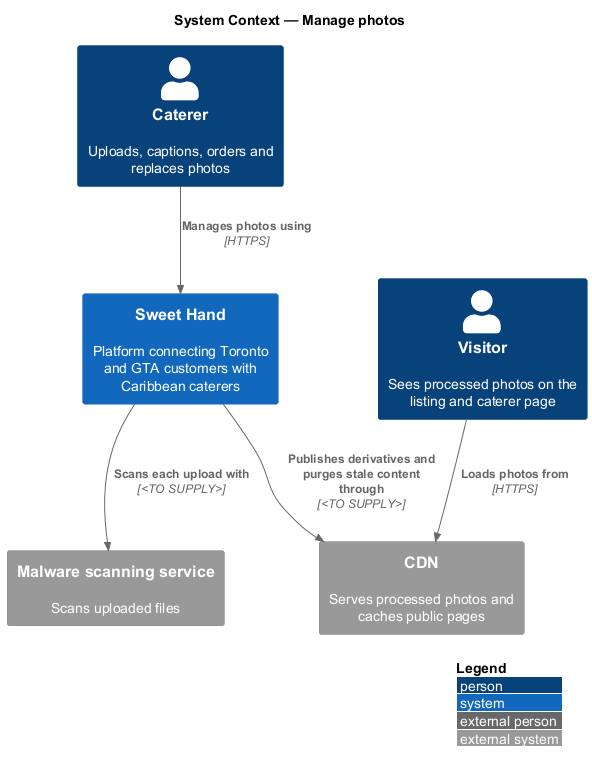
The PlantUML diagram docs/detailed-designs/caterer-profiles/manage-photos/diagrams/c4-context.png in QuinntyneBrown/sweet-hand, before a commit.
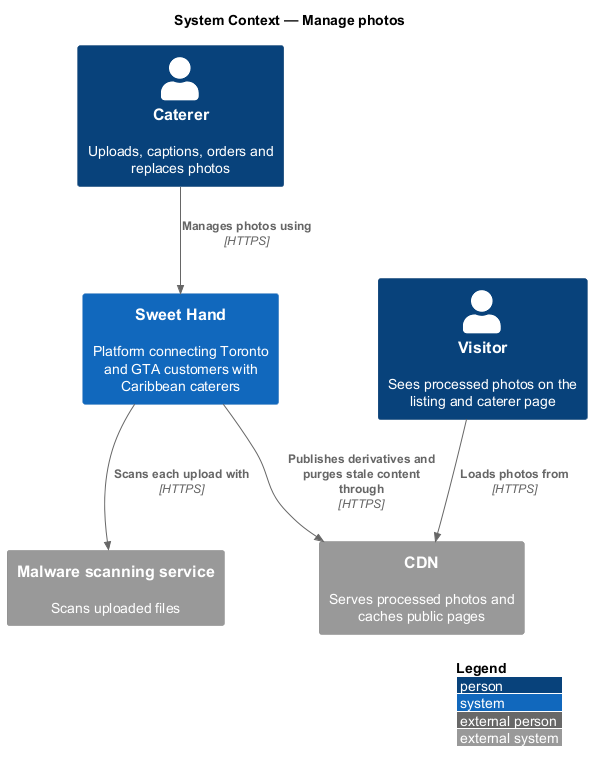
The same diagram one commit later.

Change to the diagram source:
```diff
@@ -10,7 +10,7 @@
 System_Ext(cdn, "CDN", "Serves processed photos and caches public pages")
 
 Rel(caterer, sweethand, "Manages photos using", "HTTPS")
-Rel(sweethand, malware, "Scans each upload with", "<TO SUPPLY>")
-Rel(sweethand, cdn, "Publishes derivatives and purges stale content through", "<TO SUPPLY>")
+Rel(sweethand, malware, "Scans each upload with", "HTTPS")
+Rel(sweethand, cdn, "Publishes derivatives and purges stale content through", "HTTPS")
 Rel(visitor, cdn, "Loads photos from", "HTTPS")
 @enduml
```
